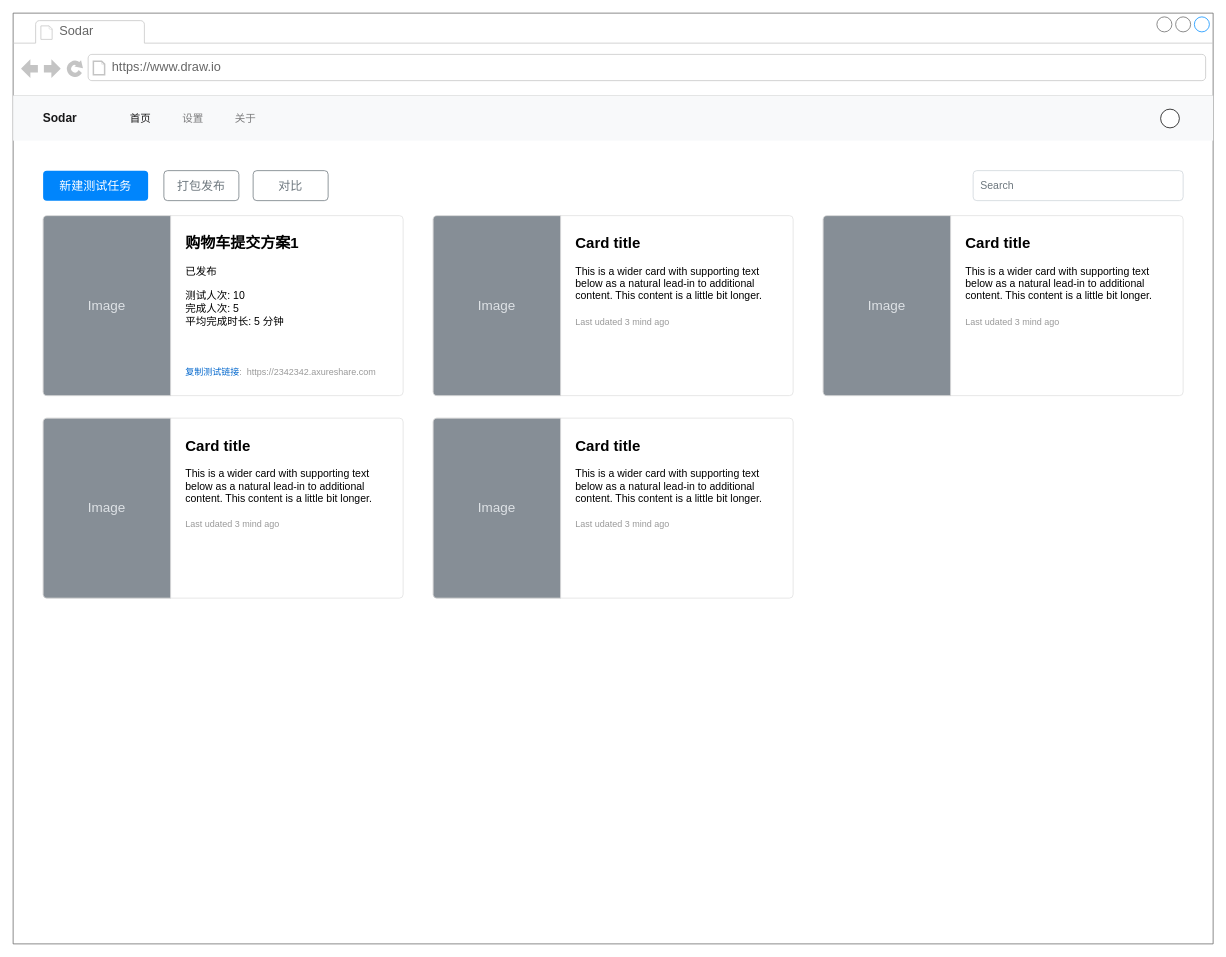
Above: page "首页" (1 of 6) of ui.drawio in onlyzlc/prototester (draw.io), before the change. Source tidied: cells renumbered, new cells numbered last; positions are measured from the earlier drawing's top-left corner, leaving out a move shared by most shapes. Both pictures are drawn from the tidied source at 75%, with x=0, y=0 at pixel (13, 13).
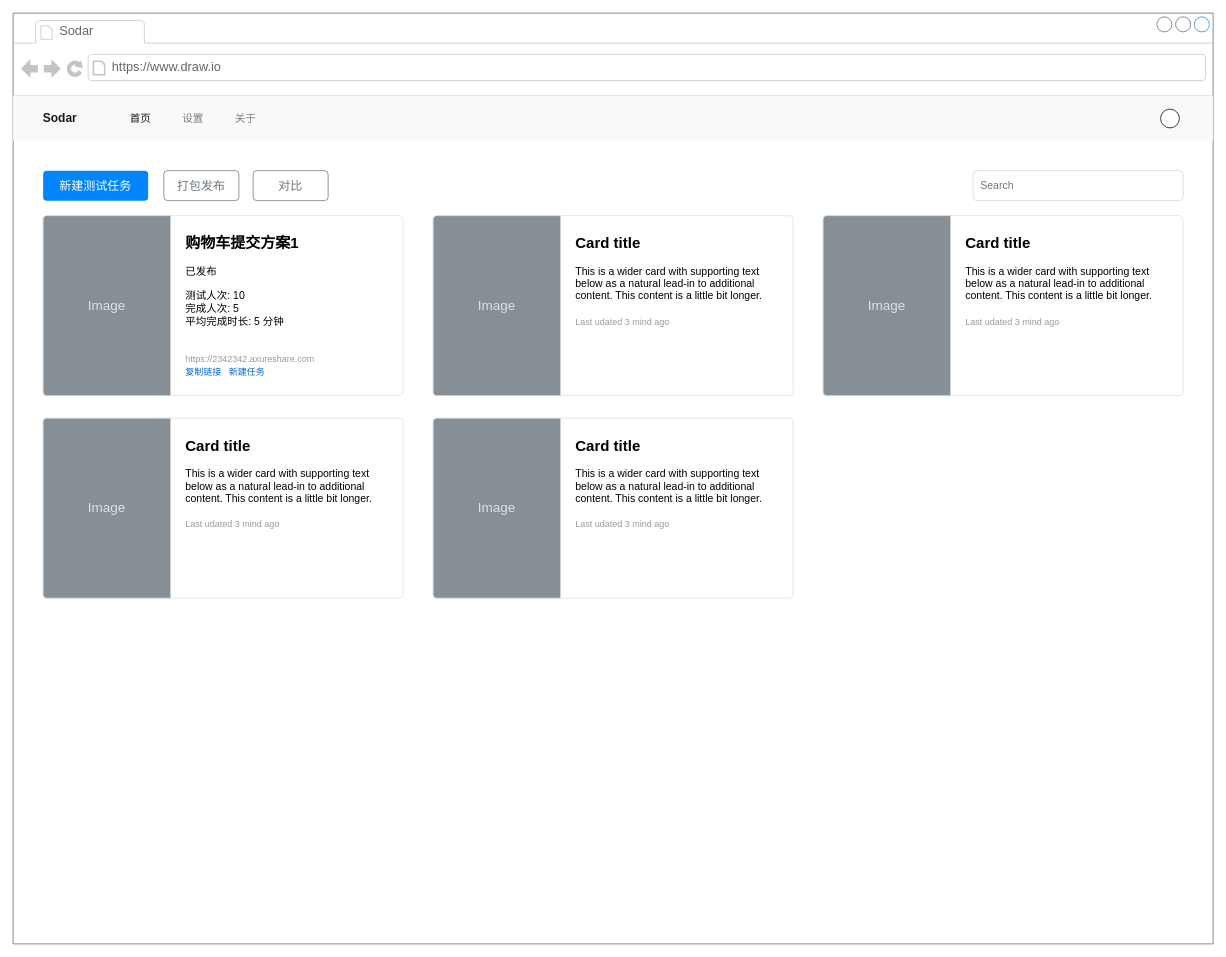
The same page after the edit.

Diff of the diagram source:
```diff
@@
-    <mxCell id="12" value="&lt;div&gt;&lt;b&gt;&lt;font style=&quot;font-size: 20px&quot;&gt;购物车提交方案1&lt;/font&gt;&lt;/b&gt;&lt;/div&gt;&lt;div&gt;&lt;br&gt;&lt;/div&gt;&lt;div&gt;已发布&lt;br&gt;&lt;/div&gt;&lt;div&gt;&lt;br&gt;&lt;/div&gt;&lt;div&gt;测试人次: 10&lt;/div&gt;&lt;div&gt;完成人次: 5&lt;/div&gt;&lt;div&gt;平均完成时长: 5 分钟&lt;/div&gt;&lt;div&gt;&lt;br&gt;&lt;/div&gt;&lt;div&gt;&lt;br&gt;&lt;/div&gt;&lt;div&gt;&lt;br&gt;&lt;/div&gt;&lt;div&gt;&lt;font style=&quot;font-size: 12px&quot; color=&quot;#999999&quot;&gt;&lt;font style=&quot;font-size: 12px&quot; color=&quot;#999999&quot;&gt;&lt;font color=&quot;#0066CC&quot;&gt;复制测试链接&lt;/font&gt;:&amp;nbsp; &lt;/font&gt;https://2342342.axureshare.com &lt;br&gt;&lt;/font&gt;&lt;/div&gt;" style="html=1;shadow=0;dashed=0;shape=mxgraph.bootstrap.rrect;rSize=5;strokeColor=#DFDFDF;html=1;whiteSpace=wrap;fillColor=#ffffff;fontColor=#000000;verticalAlign=top;align=left;spacing=20;fontSize=14;spacingLeft=170;" parent="11" vertex="1">
+    <mxCell id="12" value="&lt;div&gt;&lt;b&gt;&lt;font style=&quot;font-size: 20px&quot;&gt;购物车提交方案1&lt;/font&gt;&lt;/b&gt;&lt;/div&gt;&lt;div&gt;&lt;br&gt;&lt;/div&gt;&lt;div&gt;已发布&lt;br&gt;&lt;/div&gt;&lt;div&gt;&lt;br&gt;&lt;/div&gt;&lt;div&gt;测试人次: 10&lt;/div&gt;&lt;div&gt;完成人次: 5&lt;/div&gt;&lt;div&gt;平均完成时长: 5 分钟&lt;/div&gt;&lt;div&gt;&lt;br&gt;&lt;/div&gt;&lt;div&gt;&lt;br&gt;&lt;/div&gt;&lt;div&gt;&lt;font style=&quot;font-size: 12px&quot; color=&quot;#999999&quot;&gt;https://2342342.axureshare.com &lt;/font&gt;&lt;br&gt;&lt;font style=&quot;font-size: 12px&quot; color=&quot;#999999&quot;&gt;&lt;font style=&quot;font-size: 12px&quot; color=&quot;#999999&quot;&gt;&lt;font style=&quot;font-size: 12px&quot; color=&quot;#999999&quot;&gt;&lt;font color=&quot;#0066CC&quot;&gt;复制链接&amp;nbsp;&amp;nbsp; 新建任务&lt;br&gt;&lt;/font&gt;&lt;/font&gt;&lt;/font&gt;&lt;/font&gt;&lt;/div&gt;" style="html=1;shadow=0;dashed=0;shape=mxgraph.bootstrap.rrect;rSize=5;strokeColor=#DFDFDF;html=1;whiteSpace=wrap;fillColor=#ffffff;fontColor=#000000;verticalAlign=top;align=left;spacing=20;fontSize=14;spacingLeft=170;" parent="11" vertex="1">
       <mxGeometry x="40" y="270" width="480" height="240" as="geometry" />
     </mxCell>
```
